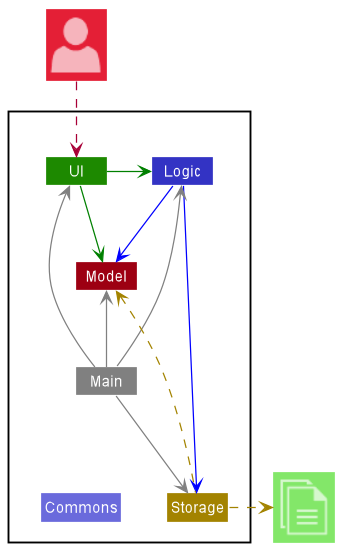
This is docs/images/ArchitectureDiagram.png from nus-cs2103-AY2122S1/tp, a PlantUML export, as it was before one commit. The source it was exported from:
```plantuml
@startuml
!include <office/Concepts/globe_internet>
!include <office/Concepts/documents>
!include <office/Users/user>
!include style.puml

Package " "<<Rectangle>>{
    Class UI UI_COLOR
    Class Logic LOGIC_COLOR
    Class Storage STORAGE_COLOR
    Class Model MODEL_COLOR
    Class Main #grey
    Class Commons LOGIC_COLOR_T2
}

Class "<$user>" as User MODEL_COLOR_T2
Class "<$documents>" as File UI_COLOR_T1


UI -[#green]> Logic
UI -right[#green]-> Model
Logic -[#blue]-> Storage
Logic -down[#blue]-> Model
Main -[#grey]-> UI
Main -[#grey]-> Logic
Main -[#grey]-> Storage
Main -up[#grey]-> Model
Main -down[hidden]-> Commons

Storage -up[STORAGE_COLOR].> Model
Storage .right[STORAGE_COLOR].>File
User ..> UI
@enduml
```
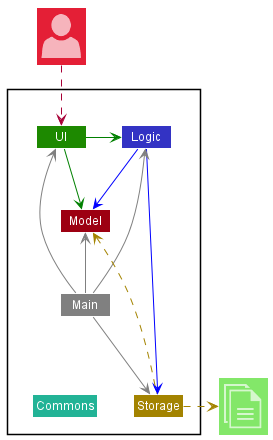
The same diagram one commit later.

Commit message:
Add commons colour palatte for PlantUML

Diff of the diagram source:
```diff
@@ -10,7 +10,7 @@
     Class Storage STORAGE_COLOR
     Class Model MODEL_COLOR
     Class Main #grey
-    Class Commons LOGIC_COLOR_T2
+    Class Commons COMMONS_COLOR
 }
 
 Class "<$user>" as User MODEL_COLOR_T2
```
